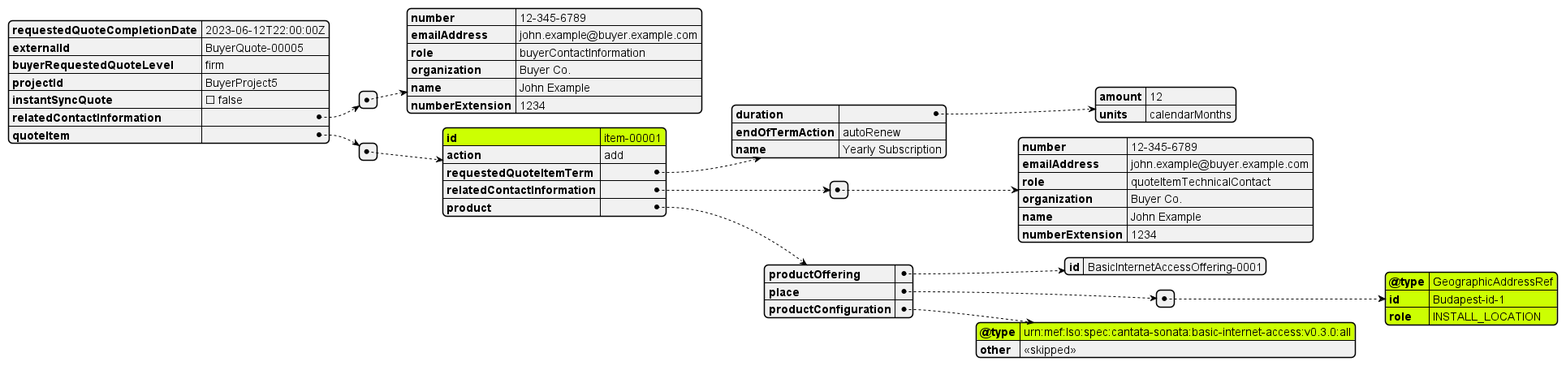
Above: documentation/productSchema/ip/internetAccess/MEF 139 resources/media/useCases/uc5Quote.png in MEF-GIT/MEF-LSO-Sonata-SDK (PlantUML), before the change.
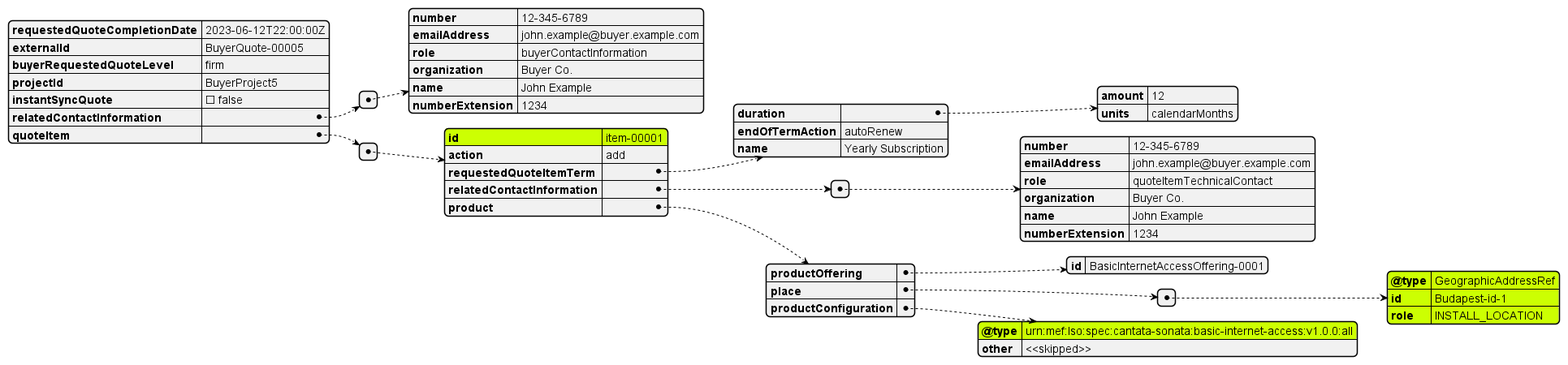
The same file after the commit.

What changed in the source:
```diff
@@ -3,8 +3,6 @@
 
 #highlight "quoteItem" / "0" / "id"
 #highlight "quoteItem" / "0" / "product" / "productConfiguration" / "@type"
-#highlight "quoteItem" / "0" / "qualificationItemRelationship" / "0" / "id"
-#highlight "quoteItem" / "0" / "qualificationItemRelationship" / "0" / "relationshipType"
 #highlight "quoteItem" / "0" / "product" / "place" / "0" / "@type"
 #highlight "quoteItem" / "0" / "product" / "place" / "0" / "id"
 #highlight "quoteItem" / "0" / "product" / "place" / "0" / "role"
@@ -61,7 +59,7 @@
           }
         ],
         "productConfiguration": {
-          "@type": "urn:mef:lso:spec:cantata-sonata:basic-internet-access:v0.3.0:all",
+          "@type": "urn:mef:lso:spec:cantata-sonata:basic-internet-access:v1.0.0:all",
           "other": "<<skipped>>"
         }
       }
```
